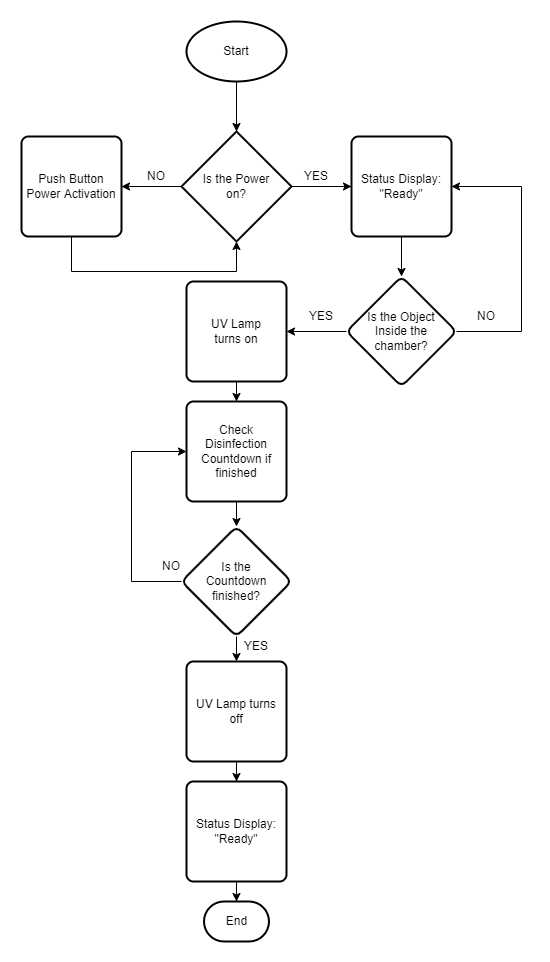
This is March 3, 2022/Flowcharts/flowchart.drawio.png from MMSaralde/Computer-Engineering-Practice-and-Design-2, a draw.io export, as it was before one commit. Source tidied: cells renumbered, new cells last; positions are measured from the earlier drawing's top-left corner, leaving out a move shared by most shapes. Its diagram source:
```xml
<mxGraphModel>
  <root>
    <mxCell id="0" />
    <mxCell id="1" parent="0" />
    <mxCell id="2" style="edgeStyle=orthogonalEdgeStyle;rounded=0;jettySize=auto;html=1;" parent="1" edge="1" source="3" target="6">
      <mxGeometry relative="1" as="geometry" />
    </mxCell>
    <mxCell id="3" value="Start" style="strokeWidth=2;html=1;shape=mxgraph.flowchart.start_1;whiteSpace=wrap;" parent="1" vertex="1">
      <mxGeometry x="165" width="100" height="60" as="geometry" />
    </mxCell>
    <mxCell id="4" style="edgeStyle=orthogonalEdgeStyle;rounded=0;jettySize=auto;html=1;" parent="1" edge="1" source="6" target="8">
      <mxGeometry relative="1" as="geometry" />
    </mxCell>
    <mxCell id="5" style="edgeStyle=orthogonalEdgeStyle;rounded=0;jettySize=auto;html=1;exitX=0;exitY=0.5;exitDx=0;exitDy=0;exitPerimeter=0;entryX=1;entryY=0.5;entryDx=0;entryDy=0;" parent="1" edge="1" source="6" target="10">
      <mxGeometry relative="1" as="geometry" />
    </mxCell>
    <mxCell id="6" value="Is the Power&lt;br&gt;on?" style="strokeWidth=2;html=1;shape=mxgraph.flowchart.decision;whiteSpace=wrap;" parent="1" vertex="1">
      <mxGeometry x="160" y="110" width="110" height="110" as="geometry" />
    </mxCell>
    <mxCell id="7" style="edgeStyle=orthogonalEdgeStyle;rounded=0;jettySize=auto;html=1;" parent="1" edge="1" source="8" target="15">
      <mxGeometry relative="1" as="geometry" />
    </mxCell>
    <mxCell id="8" value="Status Display: &quot;Ready&quot;" style="rounded=1;whiteSpace=wrap;html=1;absoluteArcSize=1;arcSize=14;strokeWidth=2;" parent="1" vertex="1">
      <mxGeometry x="330" y="115" width="100" height="100" as="geometry" />
    </mxCell>
    <mxCell id="9" style="edgeStyle=orthogonalEdgeStyle;rounded=0;jettySize=auto;html=1;exitX=0.5;exitY=1;exitDx=0;exitDy=0;entryX=0.5;entryY=1;entryDx=0;entryDy=0;entryPerimeter=0;" parent="1" edge="1" source="10" target="6">
      <mxGeometry relative="1" as="geometry">
        <Array as="points">
          <mxPoint x="50" y="250" />
          <mxPoint x="215" y="250" />
        </Array>
      </mxGeometry>
    </mxCell>
    <mxCell id="10" value="Push Button Power Activation" style="rounded=1;whiteSpace=wrap;html=1;absoluteArcSize=1;arcSize=14;strokeWidth=2;" parent="1" vertex="1">
      <mxGeometry y="115" width="100" height="100" as="geometry" />
    </mxCell>
    <mxCell id="11" value="YES" style="text;html=1;strokeColor=none;fillColor=none;align=center;verticalAlign=middle;whiteSpace=wrap;rounded=0;" parent="1" vertex="1">
      <mxGeometry x="265" y="140" width="60" height="30" as="geometry" />
    </mxCell>
    <mxCell id="12" value="NO" style="text;html=1;strokeColor=none;fillColor=none;align=center;verticalAlign=middle;whiteSpace=wrap;rounded=0;" parent="1" vertex="1">
      <mxGeometry x="105" y="140" width="60" height="30" as="geometry" />
    </mxCell>
    <mxCell id="13" style="edgeStyle=orthogonalEdgeStyle;rounded=0;jettySize=auto;html=1;exitX=0;exitY=0.5;exitDx=0;exitDy=0;entryX=1;entryY=0.5;entryDx=0;entryDy=0;" parent="1" edge="1" source="15" target="17">
      <mxGeometry relative="1" as="geometry" />
    </mxCell>
    <mxCell id="14" style="edgeStyle=orthogonalEdgeStyle;rounded=0;jettySize=auto;html=1;exitX=1;exitY=0.5;exitDx=0;exitDy=0;entryX=1;entryY=0.5;entryDx=0;entryDy=0;" parent="1" edge="1" source="15" target="8">
      <mxGeometry relative="1" as="geometry">
        <Array as="points">
          <mxPoint x="500" y="310" />
          <mxPoint x="500" y="165" />
        </Array>
      </mxGeometry>
    </mxCell>
    <mxCell id="15" value="Is the Object&lt;br&gt;Inside the chamber?" style="rhombus;whiteSpace=wrap;html=1;rounded=1;arcSize=14;strokeWidth=2;" parent="1" vertex="1">
      <mxGeometry x="325" y="255" width="110" height="110" as="geometry" />
    </mxCell>
    <mxCell id="16" style="edgeStyle=orthogonalEdgeStyle;rounded=0;jettySize=auto;html=1;" parent="1" edge="1" source="17" target="19">
      <mxGeometry relative="1" as="geometry" />
    </mxCell>
    <mxCell id="17" value="&lt;span style=&quot;&quot;&gt;UV Lamp&lt;br&gt;turns on&lt;/span&gt;" style="rounded=1;whiteSpace=wrap;html=1;absoluteArcSize=1;arcSize=14;strokeWidth=2;" parent="1" vertex="1">
      <mxGeometry x="165" y="260" width="100" height="100" as="geometry" />
    </mxCell>
    <mxCell id="18" style="edgeStyle=orthogonalEdgeStyle;rounded=0;jettySize=auto;html=1;" parent="1" edge="1" target="22">
      <mxGeometry relative="1" as="geometry">
        <mxPoint x="215" y="470" as="sourcePoint" />
      </mxGeometry>
    </mxCell>
    <mxCell id="19" value="Check Disinfection Countdown if finished" style="rounded=1;whiteSpace=wrap;html=1;absoluteArcSize=1;arcSize=14;strokeWidth=2;" parent="1" vertex="1">
      <mxGeometry x="165" y="380" width="100" height="100" as="geometry" />
    </mxCell>
    <mxCell id="20" style="edgeStyle=orthogonalEdgeStyle;rounded=0;jettySize=auto;html=1;exitX=0;exitY=0.5;exitDx=0;exitDy=0;entryX=0;entryY=0.5;entryDx=0;entryDy=0;" parent="1" edge="1" source="22" target="19">
      <mxGeometry relative="1" as="geometry">
        <Array as="points">
          <mxPoint x="110" y="560" />
          <mxPoint x="110" y="430" />
        </Array>
      </mxGeometry>
    </mxCell>
    <mxCell id="21" style="edgeStyle=orthogonalEdgeStyle;rounded=0;jettySize=auto;html=1;exitX=0.5;exitY=1;exitDx=0;exitDy=0;entryX=0.5;entryY=0;entryDx=0;entryDy=0;" parent="1" edge="1" source="22" target="24">
      <mxGeometry relative="1" as="geometry" />
    </mxCell>
    <mxCell id="22" value="Is the&lt;br&gt;Countdown finished?" style="rhombus;whiteSpace=wrap;html=1;rounded=1;arcSize=14;strokeWidth=2;" parent="1" vertex="1">
      <mxGeometry x="160" y="505" width="110" height="110" as="geometry" />
    </mxCell>
    <mxCell id="23" style="edgeStyle=orthogonalEdgeStyle;rounded=0;jettySize=auto;html=1;" parent="1" edge="1" source="24" target="26">
      <mxGeometry relative="1" as="geometry" />
    </mxCell>
    <mxCell id="24" value="UV Lamp turns&lt;br&gt;off" style="rounded=1;whiteSpace=wrap;html=1;absoluteArcSize=1;arcSize=14;strokeWidth=2;" parent="1" vertex="1">
      <mxGeometry x="165" y="640" width="100" height="100" as="geometry" />
    </mxCell>
    <mxCell id="25" style="edgeStyle=orthogonalEdgeStyle;rounded=0;jettySize=auto;html=1;" parent="1" edge="1" source="26" target="27">
      <mxGeometry relative="1" as="geometry" />
    </mxCell>
    <mxCell id="26" value="&lt;span style=&quot;&quot;&gt;Status Display: &quot;Ready&quot;&lt;/span&gt;" style="rounded=1;whiteSpace=wrap;html=1;absoluteArcSize=1;arcSize=14;strokeWidth=2;" parent="1" vertex="1">
      <mxGeometry x="165" y="760" width="100" height="100" as="geometry" />
    </mxCell>
    <mxCell id="27" value="End" style="strokeWidth=2;html=1;shape=mxgraph.flowchart.terminator;whiteSpace=wrap;" parent="1" vertex="1">
      <mxGeometry x="182.5" y="880" width="65" height="40" as="geometry" />
    </mxCell>
    <mxCell id="28" value="NO" style="text;html=1;strokeColor=none;fillColor=none;align=center;verticalAlign=middle;whiteSpace=wrap;rounded=0;" parent="1" vertex="1">
      <mxGeometry x="435" y="280" width="60" height="30" as="geometry" />
    </mxCell>
    <mxCell id="29" value="YES" style="text;html=1;strokeColor=none;fillColor=none;align=center;verticalAlign=middle;whiteSpace=wrap;rounded=0;" parent="1" vertex="1">
      <mxGeometry x="270" y="280" width="60" height="30" as="geometry" />
    </mxCell>
    <mxCell id="30" value="YES" style="text;html=1;strokeColor=none;fillColor=none;align=center;verticalAlign=middle;whiteSpace=wrap;rounded=0;" parent="1" vertex="1">
      <mxGeometry x="205" y="610" width="60" height="30" as="geometry" />
    </mxCell>
    <mxCell id="31" value="NO" style="text;html=1;strokeColor=none;fillColor=none;align=center;verticalAlign=middle;whiteSpace=wrap;rounded=0;" parent="1" vertex="1">
      <mxGeometry x="120" y="530" width="60" height="30" as="geometry" />
    </mxCell>
  </root>
</mxGraphModel>
```
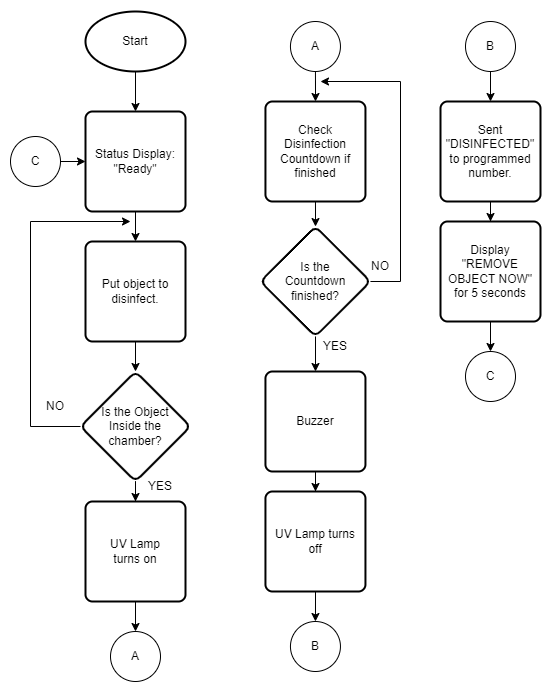
The same diagram one commit later.

The edit, as a diff of the source:
```diff
@@ -2,112 +2,130 @@
   <root>
     <mxCell id="0" />
     <mxCell id="1" parent="0" />
-    <mxCell id="2" style="edgeStyle=orthogonalEdgeStyle;rounded=0;jettySize=auto;html=1;" parent="1" edge="1" source="3" target="6">
-      <mxGeometry relative="1" as="geometry" />
-    </mxCell>
+    <mxCell id="32" style="edgeStyle=orthogonalEdgeStyle;rounded=0;jettySize=auto;html=1;" parent="1" edge="1" source="3" target="8">
+      <mxGeometry relative="1" as="geometry" />
+    </mxCell>
     <mxCell id="3" value="Start" style="strokeWidth=2;html=1;shape=mxgraph.flowchart.start_1;whiteSpace=wrap;" parent="1" vertex="1">
       <mxGeometry x="165" width="100" height="60" as="geometry" />
     </mxCell>
-    <mxCell id="4" style="edgeStyle=orthogonalEdgeStyle;rounded=0;jettySize=auto;html=1;" parent="1" edge="1" source="6" target="8">
-      <mxGeometry relative="1" as="geometry" />
-    </mxCell>
-    <mxCell id="5" style="edgeStyle=orthogonalEdgeStyle;rounded=0;jettySize=auto;html=1;exitX=0;exitY=0.5;exitDx=0;exitDy=0;exitPerimeter=0;entryX=1;entryY=0.5;entryDx=0;entryDy=0;" parent="1" edge="1" source="6" target="10">
-      <mxGeometry relative="1" as="geometry" />
-    </mxCell>
-    <mxCell id="6" value="Is the Power&lt;br&gt;on?" style="strokeWidth=2;html=1;shape=mxgraph.flowchart.decision;whiteSpace=wrap;" parent="1" vertex="1">
-      <mxGeometry x="160" y="110" width="110" height="110" as="geometry" />
-    </mxCell>
-    <mxCell id="7" style="edgeStyle=orthogonalEdgeStyle;rounded=0;jettySize=auto;html=1;" parent="1" edge="1" source="8" target="15">
-      <mxGeometry relative="1" as="geometry" />
-    </mxCell>
+    <mxCell id="13" style="edgeStyle=orthogonalEdgeStyle;rounded=0;jettySize=auto;html=1;" parent="1" edge="1" source="15" target="17">
+      <mxGeometry relative="1" as="geometry" />
+    </mxCell>
+    <mxCell id="33" style="edgeStyle=orthogonalEdgeStyle;rounded=0;jettySize=auto;html=1;exitX=0;exitY=0.5;exitDx=0;exitDy=0;" parent="1" edge="1" source="15">
+      <mxGeometry relative="1" as="geometry">
+        <mxPoint x="210" y="210" as="targetPoint" />
+        <Array as="points">
+          <mxPoint x="110" y="415" />
+          <mxPoint x="110" y="210" />
+        </Array>
+      </mxGeometry>
+    </mxCell>
+    <mxCell id="15" value="Is the Object&lt;br&gt;Inside the chamber?" style="rhombus;whiteSpace=wrap;html=1;rounded=1;arcSize=14;strokeWidth=2;" parent="1" vertex="1">
+      <mxGeometry x="160" y="360" width="110" height="110" as="geometry" />
+    </mxCell>
+    <mxCell id="34" style="edgeStyle=orthogonalEdgeStyle;rounded=0;jettySize=auto;html=1;" parent="1" edge="1" source="17" target="40">
+      <mxGeometry relative="1" as="geometry" />
+    </mxCell>
+    <mxCell id="17" value="&lt;span style=&quot;&quot;&gt;UV Lamp&lt;br&gt;turns on&lt;/span&gt;" style="rounded=1;whiteSpace=wrap;html=1;absoluteArcSize=1;arcSize=14;strokeWidth=2;" parent="1" vertex="1">
+      <mxGeometry x="165" y="490" width="100" height="100" as="geometry" />
+    </mxCell>
+    <mxCell id="35" style="edgeStyle=orthogonalEdgeStyle;rounded=0;jettySize=auto;html=1;" parent="1" edge="1" source="8" target="37">
+      <mxGeometry relative="1" as="geometry" />
+    </mxCell>
     <mxCell id="8" value="Status Display: &quot;Ready&quot;" style="rounded=1;whiteSpace=wrap;html=1;absoluteArcSize=1;arcSize=14;strokeWidth=2;" parent="1" vertex="1">
-      <mxGeometry x="330" y="115" width="100" height="100" as="geometry" />
+      <mxGeometry x="165" y="100" width="100" height="100" as="geometry" />
     </mxCell>
-    <mxCell id="9" style="edgeStyle=orthogonalEdgeStyle;rounded=0;jettySize=auto;html=1;exitX=0.5;exitY=1;exitDx=0;exitDy=0;entryX=0.5;entryY=1;entryDx=0;entryDy=0;entryPerimeter=0;" parent="1" edge="1" source="10" target="6">
-      <mxGeometry relative="1" as="geometry">
-        <Array as="points">
-          <mxPoint x="50" y="250" />
-          <mxPoint x="215" y="250" />
-        </Array>
-      </mxGeometry>
-    </mxCell>
-    <mxCell id="10" value="Push Button Power Activation" style="rounded=1;whiteSpace=wrap;html=1;absoluteArcSize=1;arcSize=14;strokeWidth=2;" parent="1" vertex="1">
-      <mxGeometry y="115" width="100" height="100" as="geometry" />
-    </mxCell>
-    <mxCell id="11" value="YES" style="text;html=1;strokeColor=none;fillColor=none;align=center;verticalAlign=middle;whiteSpace=wrap;rounded=0;" parent="1" vertex="1">
-      <mxGeometry x="265" y="140" width="60" height="30" as="geometry" />
-    </mxCell>
-    <mxCell id="12" value="NO" style="text;html=1;strokeColor=none;fillColor=none;align=center;verticalAlign=middle;whiteSpace=wrap;rounded=0;" parent="1" vertex="1">
-      <mxGeometry x="105" y="140" width="60" height="30" as="geometry" />
-    </mxCell>
-    <mxCell id="13" style="edgeStyle=orthogonalEdgeStyle;rounded=0;jettySize=auto;html=1;exitX=0;exitY=0.5;exitDx=0;exitDy=0;entryX=1;entryY=0.5;entryDx=0;entryDy=0;" parent="1" edge="1" source="15" target="17">
-      <mxGeometry relative="1" as="geometry" />
-    </mxCell>
-    <mxCell id="14" style="edgeStyle=orthogonalEdgeStyle;rounded=0;jettySize=auto;html=1;exitX=1;exitY=0.5;exitDx=0;exitDy=0;entryX=1;entryY=0.5;entryDx=0;entryDy=0;" parent="1" edge="1" source="15" target="8">
-      <mxGeometry relative="1" as="geometry">
-        <Array as="points">
-          <mxPoint x="500" y="310" />
-          <mxPoint x="500" y="165" />
-        </Array>
-      </mxGeometry>
-    </mxCell>
-    <mxCell id="15" value="Is the Object&lt;br&gt;Inside the chamber?" style="rhombus;whiteSpace=wrap;html=1;rounded=1;arcSize=14;strokeWidth=2;" parent="1" vertex="1">
-      <mxGeometry x="325" y="255" width="110" height="110" as="geometry" />
-    </mxCell>
-    <mxCell id="16" style="edgeStyle=orthogonalEdgeStyle;rounded=0;jettySize=auto;html=1;" parent="1" edge="1" source="17" target="19">
-      <mxGeometry relative="1" as="geometry" />
-    </mxCell>
-    <mxCell id="17" value="&lt;span style=&quot;&quot;&gt;UV Lamp&lt;br&gt;turns on&lt;/span&gt;" style="rounded=1;whiteSpace=wrap;html=1;absoluteArcSize=1;arcSize=14;strokeWidth=2;" parent="1" vertex="1">
-      <mxGeometry x="165" y="260" width="100" height="100" as="geometry" />
-    </mxCell>
-    <mxCell id="18" style="edgeStyle=orthogonalEdgeStyle;rounded=0;jettySize=auto;html=1;" parent="1" edge="1" target="22">
-      <mxGeometry relative="1" as="geometry">
-        <mxPoint x="215" y="470" as="sourcePoint" />
-      </mxGeometry>
-    </mxCell>
+    <mxCell id="36" style="edgeStyle=orthogonalEdgeStyle;rounded=0;jettySize=auto;html=1;" parent="1" edge="1" source="37" target="15">
+      <mxGeometry relative="1" as="geometry" />
+    </mxCell>
+    <mxCell id="37" value="Put object to disinfect." style="rounded=1;whiteSpace=wrap;html=1;absoluteArcSize=1;arcSize=14;strokeWidth=2;" parent="1" vertex="1">
+      <mxGeometry x="165" y="230" width="100" height="100" as="geometry" />
+    </mxCell>
+    <mxCell id="38" value="YES" style="text;html=1;strokeColor=none;fillColor=none;align=center;verticalAlign=middle;whiteSpace=wrap;rounded=0;" parent="1" vertex="1">
+      <mxGeometry x="210" y="460" width="60" height="30" as="geometry" />
+    </mxCell>
+    <mxCell id="39" value="NO" style="text;html=1;strokeColor=none;fillColor=none;align=center;verticalAlign=middle;whiteSpace=wrap;rounded=0;" parent="1" vertex="1">
+      <mxGeometry x="105" y="380" width="60" height="30" as="geometry" />
+    </mxCell>
+    <mxCell id="40" value="A" style="ellipse;whiteSpace=wrap;html=1;" parent="1" vertex="1">
+      <mxGeometry x="190" y="620" width="50" height="50" as="geometry" />
+    </mxCell>
+    <mxCell id="41" style="edgeStyle=orthogonalEdgeStyle;rounded=0;jettySize=auto;html=1;" parent="1" edge="1" source="42" target="19">
+      <mxGeometry relative="1" as="geometry" />
+    </mxCell>
+    <mxCell id="42" value="A" style="ellipse;whiteSpace=wrap;html=1;" parent="1" vertex="1">
+      <mxGeometry x="370" y="10" width="50" height="50" as="geometry" />
+    </mxCell>
+    <mxCell id="43" style="edgeStyle=orthogonalEdgeStyle;rounded=0;jettySize=auto;html=1;" parent="1" edge="1" target="22">
+      <mxGeometry relative="1" as="geometry">
+        <mxPoint x="395" y="180" as="sourcePoint" />
+      </mxGeometry>
+    </mxCell>
     <mxCell id="19" value="Check Disinfection Countdown if finished" style="rounded=1;whiteSpace=wrap;html=1;absoluteArcSize=1;arcSize=14;strokeWidth=2;" parent="1" vertex="1">
-      <mxGeometry x="165" y="380" width="100" height="100" as="geometry" />
+      <mxGeometry x="345" y="90" width="100" height="100" as="geometry" />
     </mxCell>
-    <mxCell id="20" style="edgeStyle=orthogonalEdgeStyle;rounded=0;jettySize=auto;html=1;exitX=0;exitY=0.5;exitDx=0;exitDy=0;entryX=0;entryY=0.5;entryDx=0;entryDy=0;" parent="1" edge="1" source="22" target="19">
-      <mxGeometry relative="1" as="geometry">
-        <Array as="points">
-          <mxPoint x="110" y="560" />
-          <mxPoint x="110" y="430" />
-        </Array>
-      </mxGeometry>
-    </mxCell>
-    <mxCell id="21" style="edgeStyle=orthogonalEdgeStyle;rounded=0;jettySize=auto;html=1;exitX=0.5;exitY=1;exitDx=0;exitDy=0;entryX=0.5;entryY=0;entryDx=0;entryDy=0;" parent="1" edge="1" source="22" target="24">
-      <mxGeometry relative="1" as="geometry" />
-    </mxCell>
+    <mxCell id="44" style="edgeStyle=orthogonalEdgeStyle;rounded=0;jettySize=auto;html=1;" parent="1" edge="1" source="22" target="49">
+      <mxGeometry relative="1" as="geometry" />
+    </mxCell>
+    <mxCell id="45" style="edgeStyle=orthogonalEdgeStyle;rounded=0;jettySize=auto;html=1;exitX=1;exitY=0.5;exitDx=0;exitDy=0;" parent="1" edge="1" source="22">
+      <mxGeometry relative="1" as="geometry">
+        <mxPoint x="400" y="70" as="targetPoint" />
+        <Array as="points">
+          <mxPoint x="480" y="270" />
+          <mxPoint x="480" y="70" />
+        </Array>
+      </mxGeometry>
+    </mxCell>
     <mxCell id="22" value="Is the&lt;br&gt;Countdown finished?" style="rhombus;whiteSpace=wrap;html=1;rounded=1;arcSize=14;strokeWidth=2;" parent="1" vertex="1">
-      <mxGeometry x="160" y="505" width="110" height="110" as="geometry" />
+      <mxGeometry x="340" y="215" width="110" height="110" as="geometry" />
     </mxCell>
-    <mxCell id="23" style="edgeStyle=orthogonalEdgeStyle;rounded=0;jettySize=auto;html=1;" parent="1" edge="1" source="24" target="26">
-      <mxGeometry relative="1" as="geometry" />
-    </mxCell>
+    <mxCell id="46" value="YES" style="text;html=1;strokeColor=none;fillColor=none;align=center;verticalAlign=middle;whiteSpace=wrap;rounded=0;" parent="1" vertex="1">
+      <mxGeometry x="385" y="320" width="60" height="30" as="geometry" />
+    </mxCell>
+    <mxCell id="47" value="NO" style="text;html=1;strokeColor=none;fillColor=none;align=center;verticalAlign=middle;whiteSpace=wrap;rounded=0;" parent="1" vertex="1">
+      <mxGeometry x="430" y="240" width="60" height="30" as="geometry" />
+    </mxCell>
+    <mxCell id="48" style="edgeStyle=orthogonalEdgeStyle;rounded=0;jettySize=auto;html=1;" parent="1" edge="1" source="49" target="24">
+      <mxGeometry relative="1" as="geometry" />
+    </mxCell>
+    <mxCell id="49" value="Buzzer" style="rounded=1;whiteSpace=wrap;html=1;absoluteArcSize=1;arcSize=14;strokeWidth=2;" parent="1" vertex="1">
+      <mxGeometry x="345" y="360" width="100" height="100" as="geometry" />
+    </mxCell>
+    <mxCell id="50" style="edgeStyle=orthogonalEdgeStyle;rounded=0;jettySize=auto;html=1;" parent="1" edge="1" source="24" target="51">
+      <mxGeometry relative="1" as="geometry" />
+    </mxCell>
     <mxCell id="24" value="UV Lamp turns&lt;br&gt;off" style="rounded=1;whiteSpace=wrap;html=1;absoluteArcSize=1;arcSize=14;strokeWidth=2;" parent="1" vertex="1">
-      <mxGeometry x="165" y="640" width="100" height="100" as="geometry" />
+      <mxGeometry x="345" y="480" width="100" height="100" as="geometry" />
     </mxCell>
-    <mxCell id="25" style="edgeStyle=orthogonalEdgeStyle;rounded=0;jettySize=auto;html=1;" parent="1" edge="1" source="26" target="27">
-      <mxGeometry relative="1" as="geometry" />
-    </mxCell>
-    <mxCell id="26" value="&lt;span style=&quot;&quot;&gt;Status Display: &quot;Ready&quot;&lt;/span&gt;" style="rounded=1;whiteSpace=wrap;html=1;absoluteArcSize=1;arcSize=14;strokeWidth=2;" parent="1" vertex="1">
-      <mxGeometry x="165" y="760" width="100" height="100" as="geometry" />
-    </mxCell>
-    <mxCell id="27" value="End" style="strokeWidth=2;html=1;shape=mxgraph.flowchart.terminator;whiteSpace=wrap;" parent="1" vertex="1">
-      <mxGeometry x="182.5" y="880" width="65" height="40" as="geometry" />
-    </mxCell>
-    <mxCell id="28" value="NO" style="text;html=1;strokeColor=none;fillColor=none;align=center;verticalAlign=middle;whiteSpace=wrap;rounded=0;" parent="1" vertex="1">
-      <mxGeometry x="435" y="280" width="60" height="30" as="geometry" />
-    </mxCell>
-    <mxCell id="29" value="YES" style="text;html=1;strokeColor=none;fillColor=none;align=center;verticalAlign=middle;whiteSpace=wrap;rounded=0;" parent="1" vertex="1">
-      <mxGeometry x="270" y="280" width="60" height="30" as="geometry" />
-    </mxCell>
-    <mxCell id="30" value="YES" style="text;html=1;strokeColor=none;fillColor=none;align=center;verticalAlign=middle;whiteSpace=wrap;rounded=0;" parent="1" vertex="1">
-      <mxGeometry x="205" y="610" width="60" height="30" as="geometry" />
-    </mxCell>
-    <mxCell id="31" value="NO" style="text;html=1;strokeColor=none;fillColor=none;align=center;verticalAlign=middle;whiteSpace=wrap;rounded=0;" parent="1" vertex="1">
-      <mxGeometry x="120" y="530" width="60" height="30" as="geometry" />
-    </mxCell>
+    <mxCell id="51" value="B" style="ellipse;whiteSpace=wrap;html=1;" parent="1" vertex="1">
+      <mxGeometry x="370" y="610" width="50" height="50" as="geometry" />
+    </mxCell>
+    <mxCell id="52" style="edgeStyle=orthogonalEdgeStyle;rounded=0;jettySize=auto;html=1;" parent="1" edge="1" source="53" target="55">
+      <mxGeometry relative="1" as="geometry" />
+    </mxCell>
+    <mxCell id="53" value="Sent &quot;DISINFECTED&quot; to programmed number." style="rounded=1;whiteSpace=wrap;html=1;absoluteArcSize=1;arcSize=14;strokeWidth=2;" parent="1" vertex="1">
+      <mxGeometry x="520" y="90" width="100" height="100" as="geometry" />
+    </mxCell>
+    <mxCell id="54" style="edgeStyle=orthogonalEdgeStyle;rounded=0;jettySize=auto;html=1;" parent="1" edge="1" source="55" target="58">
+      <mxGeometry relative="1" as="geometry" />
+    </mxCell>
+    <mxCell id="55" value="Display &quot;REMOVE OBJECT NOW&quot; for 5 seconds" style="rounded=1;whiteSpace=wrap;html=1;absoluteArcSize=1;arcSize=14;strokeWidth=2;" parent="1" vertex="1">
+      <mxGeometry x="520" y="210" width="100" height="100" as="geometry" />
+    </mxCell>
+    <mxCell id="56" style="edgeStyle=orthogonalEdgeStyle;rounded=0;jettySize=auto;html=1;" parent="1" edge="1" source="57" target="53">
+      <mxGeometry relative="1" as="geometry" />
+    </mxCell>
+    <mxCell id="57" value="B" style="ellipse;whiteSpace=wrap;html=1;" parent="1" vertex="1">
+      <mxGeometry x="545" y="10" width="50" height="50" as="geometry" />
+    </mxCell>
+    <mxCell id="58" value="C" style="ellipse;whiteSpace=wrap;html=1;" parent="1" vertex="1">
+      <mxGeometry x="545" y="340" width="50" height="50" as="geometry" />
+    </mxCell>
+    <mxCell id="59" style="edgeStyle=orthogonalEdgeStyle;rounded=0;jettySize=auto;html=1;" parent="1" edge="1" source="60" target="8">
+      <mxGeometry relative="1" as="geometry" />
+    </mxCell>
+    <mxCell id="60" value="C" style="ellipse;whiteSpace=wrap;html=1;" parent="1" vertex="1">
+      <mxGeometry x="90" y="125" width="50" height="50" as="geometry" />
+    </mxCell>
   </root>
 </mxGraphModel>
```
